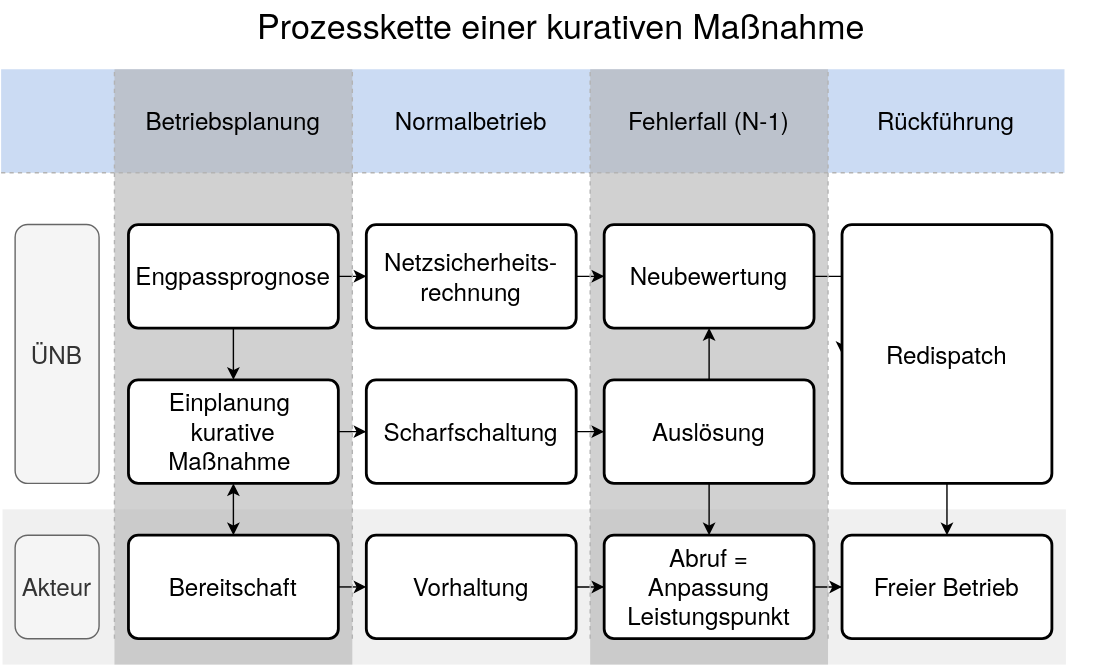
This is figures/chapter_2/curative_process.svg from nikolaus0812/Masterarbeit-Ausgestaltung-eines-Marktmechanismus-fuer-kurative-Systemfuehrung-zur-Engpassbehebung, a draw.io export, as it was before one commit. Source tidied: cells renumbered, new cells last; positions are measured from the earlier drawing's top-left corner, leaving out a move shared by most shapes.
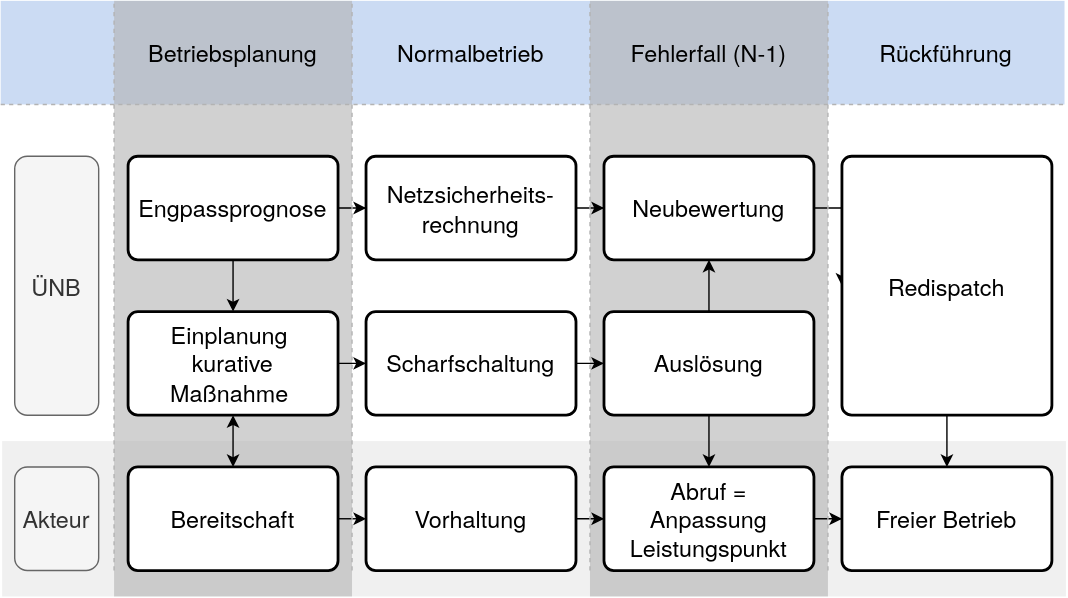
The same diagram one commit later.

The edit, as a diff of the source:
```diff
@@ -2,16 +2,16 @@
   <root>
     <mxCell id="0" />
     <mxCell id="1" parent="0" />
-    <mxCell id="2" style="rounded=0;whiteSpace=wrap;html=1;opacity=60;gradientColor=none;fillColor=light-dark(#E6E6E6,#EDEDED);strokeColor=none;fontSize=17.3;fontFamily=TeX Gyre Heros;" parent="1" vertex="1">
+    <mxCell id="2" style="rounded=0;whiteSpace=wrap;html=1;opacity=60;gradientColor=none;fillColor=light-dark(#E6E6E6,#EDEDED);strokeColor=none;fontSize=16.7;fontFamily=TeX Gyre Heros;" parent="1" vertex="1">
       <mxGeometry x="1" y="363.5" width="760" height="111" as="geometry" />
     </mxCell>
-    <mxCell id="3" style="rounded=0;whiteSpace=wrap;html=1;opacity=60;gradientColor=none;fillColor=light-dark(#A9C4EB,#EDEDED);strokeColor=none;fontSize=17.3;fontFamily=TeX Gyre Heros;" parent="1" vertex="1">
+    <mxCell id="3" style="rounded=0;whiteSpace=wrap;html=1;opacity=60;gradientColor=none;fillColor=light-dark(#A9C4EB,#EDEDED);strokeColor=none;fontSize=16.7;fontFamily=TeX Gyre Heros;" parent="1" vertex="1">
       <mxGeometry y="49" width="760" height="74" as="geometry" />
     </mxCell>
-    <mxCell id="4" style="rounded=0;whiteSpace=wrap;html=1;opacity=60;gradientColor=none;fillColor=light-dark(#B3B3B3,#EDEDED);strokeColor=none;fontSize=17.3;fontFamily=TeX Gyre Heros;" parent="1" vertex="1">
+    <mxCell id="4" style="rounded=0;whiteSpace=wrap;html=1;opacity=60;gradientColor=none;fillColor=light-dark(#B3B3B3,#EDEDED);strokeColor=none;fontSize=16.7;fontFamily=TeX Gyre Heros;" parent="1" vertex="1">
       <mxGeometry x="421" y="49" width="170" height="425.5" as="geometry" />
     </mxCell>
-    <mxCell id="5" style="rounded=0;whiteSpace=wrap;html=1;opacity=60;gradientColor=none;fillColor=light-dark(#B3B3B3,#EDEDED);strokeColor=none;fontSize=17.3;fontFamily=TeX Gyre Heros;" parent="1" vertex="1">
+    <mxCell id="5" style="rounded=0;whiteSpace=wrap;html=1;opacity=60;gradientColor=none;fillColor=light-dark(#B3B3B3,#EDEDED);strokeColor=none;fontSize=16.7;fontFamily=TeX Gyre Heros;" parent="1" vertex="1">
       <mxGeometry x="81" y="49" width="170" height="425.5" as="geometry" />
     </mxCell>
     <mxCell id="6" style="edgeStyle=orthogonalEdgeStyle;rounded=0;jettySize=auto;html=1;exitX=0.5;exitY=1;exitDx=0;exitDy=0;entryX=0.5;entryY=0;entryDx=0;entryDy=0;fontFamily=TeX Gyre Heros;" parent="1" edge="1" source="8" target="13">
@@ -20,13 +20,13 @@
     <mxCell id="7" style="edgeStyle=orthogonalEdgeStyle;rounded=0;jettySize=auto;html=1;fontFamily=TeX Gyre Heros;" parent="1" edge="1" source="8" target="20">
       <mxGeometry relative="1" as="geometry" />
     </mxCell>
-    <mxCell id="8" value="Engpassprognose" style="rounded=1;whiteSpace=wrap;html=1;absoluteArcSize=1;arcSize=14;strokeWidth=2;fontSize=17.3;fontFamily=TeX Gyre Heros;" parent="1" vertex="1">
+    <mxCell id="8" value="Engpassprognose" style="rounded=1;whiteSpace=wrap;html=1;absoluteArcSize=1;arcSize=14;strokeWidth=2;fontSize=16.7;fontFamily=TeX Gyre Heros;" parent="1" vertex="1">
       <mxGeometry x="91" y="160" width="150" height="74" as="geometry" />
     </mxCell>
-    <mxCell id="9" value="ÜNB" style="text;html=1;whiteSpace=wrap;strokeColor=#666666;fillColor=#f5f5f5;align=center;verticalAlign=middle;rounded=1;fontSize=17.3;fontStyle=0;fontColor=#333333;fontFamily=TeX Gyre Heros;" parent="1" vertex="1">
+    <mxCell id="9" value="ÜNB" style="text;html=1;whiteSpace=wrap;strokeColor=#666666;fillColor=#f5f5f5;align=center;verticalAlign=middle;rounded=1;fontSize=16.7;fontStyle=0;fontColor=#333333;fontFamily=TeX Gyre Heros;" parent="1" vertex="1">
       <mxGeometry x="10" y="160" width="60" height="185" as="geometry" />
     </mxCell>
-    <mxCell id="10" value="Akteur" style="text;html=1;whiteSpace=wrap;strokeColor=#666666;fillColor=#f5f5f5;align=center;verticalAlign=middle;rounded=1;fontSize=17.3;fontStyle=0;fontColor=#333333;fontFamily=TeX Gyre Heros;" parent="1" vertex="1">
+    <mxCell id="10" value="Akteur" style="text;html=1;whiteSpace=wrap;strokeColor=#666666;fillColor=#f5f5f5;align=center;verticalAlign=middle;rounded=1;fontSize=16.7;fontStyle=0;fontColor=#333333;fontFamily=TeX Gyre Heros;" parent="1" vertex="1">
       <mxGeometry x="10" y="382" width="60" height="74" as="geometry" />
     </mxCell>
     <mxCell id="11" style="edgeStyle=orthogonalEdgeStyle;rounded=0;jettySize=auto;html=1;entryX=0.5;entryY=0;entryDx=0;entryDy=0;startArrow=classic;startFill=1;fontFamily=TeX Gyre Heros;" parent="1" edge="1" target="15">
@@ -37,28 +37,28 @@
     <mxCell id="12" style="edgeStyle=orthogonalEdgeStyle;rounded=0;jettySize=auto;html=1;exitX=1;exitY=0.5;exitDx=0;exitDy=0;fontFamily=TeX Gyre Heros;" parent="1" edge="1" source="13" target="22">
       <mxGeometry relative="1" as="geometry" />
     </mxCell>
-    <mxCell id="13" value="Einplanung&amp;nbsp;&lt;div&gt;kurative Maßnahme&amp;nbsp;&lt;/div&gt;" style="rounded=1;whiteSpace=wrap;html=1;absoluteArcSize=1;arcSize=14;strokeWidth=2;fontSize=17.3;fontFamily=TeX Gyre Heros;" parent="1" vertex="1">
+    <mxCell id="13" value="Einplanung&amp;nbsp;&lt;div&gt;kurative Maßnahme&amp;nbsp;&lt;/div&gt;" style="rounded=1;whiteSpace=wrap;html=1;absoluteArcSize=1;arcSize=14;strokeWidth=2;fontSize=16.7;fontFamily=TeX Gyre Heros;" parent="1" vertex="1">
       <mxGeometry x="91" y="271" width="150" height="74" as="geometry" />
     </mxCell>
     <mxCell id="14" style="edgeStyle=orthogonalEdgeStyle;rounded=0;jettySize=auto;html=1;exitX=1;exitY=0.5;exitDx=0;exitDy=0;entryX=0;entryY=0.5;entryDx=0;entryDy=0;fontFamily=TeX Gyre Heros;" parent="1" edge="1" source="15" target="24">
       <mxGeometry relative="1" as="geometry" />
     </mxCell>
-    <mxCell id="15" value="Bereitschaft" style="rounded=1;whiteSpace=wrap;html=1;absoluteArcSize=1;arcSize=14;strokeWidth=2;fontSize=17.3;fontFamily=TeX Gyre Heros;" parent="1" vertex="1">
+    <mxCell id="15" value="Bereitschaft" style="rounded=1;whiteSpace=wrap;html=1;absoluteArcSize=1;arcSize=14;strokeWidth=2;fontSize=16.7;fontFamily=TeX Gyre Heros;" parent="1" vertex="1">
       <mxGeometry x="91" y="382" width="150" height="74" as="geometry" />
     </mxCell>
-    <mxCell id="16" style="endArrow=none;html=1;rounded=1;dashed=1;curved=0;strokeColor=#B3B3B3;fontSize=17.3;fontFamily=TeX Gyre Heros;" parent="1" edge="1">
+    <mxCell id="16" style="endArrow=none;html=1;rounded=1;dashed=1;curved=0;strokeColor=#B3B3B3;fontSize=16.7;fontFamily=TeX Gyre Heros;" parent="1" edge="1">
       <mxGeometry relative="1" as="geometry">
         <mxPoint x="81" y="456" as="sourcePoint" />
         <mxPoint x="81" y="49" as="targetPoint" />
       </mxGeometry>
     </mxCell>
-    <mxCell id="17" style="endArrow=none;html=1;rounded=1;dashed=1;curved=0;strokeColor=#B3B3B3;fontSize=17.3;fontFamily=TeX Gyre Heros;" parent="1" edge="1">
+    <mxCell id="17" style="endArrow=none;html=1;rounded=1;dashed=1;curved=0;strokeColor=#B3B3B3;fontSize=16.7;fontFamily=TeX Gyre Heros;" parent="1" edge="1">
       <mxGeometry relative="1" as="geometry">
         <mxPoint x="251" y="456" as="sourcePoint" />
         <mxPoint x="251" y="49" as="targetPoint" />
       </mxGeometry>
     </mxCell>
-    <mxCell id="18" style="endArrow=none;html=1;rounded=1;dashed=1;curved=0;strokeColor=#B3B3B3;fontSize=17.3;fontFamily=TeX Gyre Heros;" parent="1" edge="1">
+    <mxCell id="18" style="endArrow=none;html=1;rounded=1;dashed=1;curved=0;strokeColor=#B3B3B3;fontSize=16.7;fontFamily=TeX Gyre Heros;" parent="1" edge="1">
       <mxGeometry relative="1" as="geometry">
         <mxPoint y="123" as="sourcePoint" />
         <mxPoint x="760" y="123" as="targetPoint" />
@@ -67,22 +67,22 @@
     <mxCell id="19" style="edgeStyle=orthogonalEdgeStyle;rounded=0;jettySize=auto;html=1;fontFamily=TeX Gyre Heros;" parent="1" edge="1" source="20" target="27">
       <mxGeometry relative="1" as="geometry" />
     </mxCell>
-    <mxCell id="20" value="Netzsicherheits-&#10;rechnung" style="rounded=1;whiteSpace=wrap;html=1;absoluteArcSize=1;arcSize=14;strokeWidth=2;fontSize=17.3;fontFamily=TeX Gyre Heros;" parent="1" vertex="1">
+    <mxCell id="20" value="Netzsicherheits-&#10;rechnung" style="rounded=1;whiteSpace=wrap;html=1;absoluteArcSize=1;arcSize=14;strokeWidth=2;fontSize=16.7;fontFamily=TeX Gyre Heros;" parent="1" vertex="1">
       <mxGeometry x="261" y="160" width="150" height="74" as="geometry" />
     </mxCell>
     <mxCell id="21" style="edgeStyle=orthogonalEdgeStyle;rounded=0;jettySize=auto;html=1;fontFamily=TeX Gyre Heros;" parent="1" edge="1" source="22" target="30">
       <mxGeometry relative="1" as="geometry" />
     </mxCell>
-    <mxCell id="22" value="Scharfschaltung" style="rounded=1;whiteSpace=wrap;html=1;absoluteArcSize=1;arcSize=14;strokeWidth=2;fontSize=17.3;fontFamily=TeX Gyre Heros;" parent="1" vertex="1">
+    <mxCell id="22" value="Scharfschaltung" style="rounded=1;whiteSpace=wrap;html=1;absoluteArcSize=1;arcSize=14;strokeWidth=2;fontSize=16.7;fontFamily=TeX Gyre Heros;" parent="1" vertex="1">
       <mxGeometry x="261" y="271" width="150" height="74" as="geometry" />
     </mxCell>
     <mxCell id="23" style="edgeStyle=orthogonalEdgeStyle;rounded=0;jettySize=auto;html=1;exitX=1;exitY=0.5;exitDx=0;exitDy=0;fontFamily=TeX Gyre Heros;" parent="1" edge="1" source="24" target="32">
       <mxGeometry relative="1" as="geometry" />
     </mxCell>
-    <mxCell id="24" value="Vorhaltung" style="rounded=1;whiteSpace=wrap;html=1;absoluteArcSize=1;arcSize=14;strokeWidth=2;fontSize=17.3;fontFamily=TeX Gyre Heros;" parent="1" vertex="1">
+    <mxCell id="24" value="Vorhaltung" style="rounded=1;whiteSpace=wrap;html=1;absoluteArcSize=1;arcSize=14;strokeWidth=2;fontSize=16.7;fontFamily=TeX Gyre Heros;" parent="1" vertex="1">
       <mxGeometry x="261" y="382" width="150" height="74" as="geometry" />
     </mxCell>
-    <mxCell id="25" style="endArrow=none;html=1;rounded=1;dashed=1;curved=0;strokeColor=#B3B3B3;fontSize=17.3;fontFamily=TeX Gyre Heros;" parent="1" edge="1">
+    <mxCell id="25" style="endArrow=none;html=1;rounded=1;dashed=1;curved=0;strokeColor=#B3B3B3;fontSize=16.7;fontFamily=TeX Gyre Heros;" parent="1" edge="1">
       <mxGeometry relative="1" as="geometry">
         <mxPoint x="421" y="456" as="sourcePoint" />
         <mxPoint x="421" y="49" as="targetPoint" />
@@ -91,7 +91,7 @@
     <mxCell id="26" style="edgeStyle=orthogonalEdgeStyle;rounded=0;jettySize=auto;html=1;fontFamily=TeX Gyre Heros;" parent="1" edge="1" source="27" target="35">
       <mxGeometry relative="1" as="geometry" />
     </mxCell>
-    <mxCell id="27" value="Neubewertung" style="rounded=1;whiteSpace=wrap;html=1;absoluteArcSize=1;arcSize=14;strokeWidth=2;fontSize=17.3;fontFamily=TeX Gyre Heros;" parent="1" vertex="1">
+    <mxCell id="27" value="Neubewertung" style="rounded=1;whiteSpace=wrap;html=1;absoluteArcSize=1;arcSize=14;strokeWidth=2;fontSize=16.7;fontFamily=TeX Gyre Heros;" parent="1" vertex="1">
       <mxGeometry x="431" y="160" width="150" height="74" as="geometry" />
     </mxCell>
     <mxCell id="28" style="edgeStyle=orthogonalEdgeStyle;rounded=0;jettySize=auto;html=1;exitX=0.5;exitY=1;exitDx=0;exitDy=0;entryX=0.5;entryY=0;entryDx=0;entryDy=0;fontFamily=TeX Gyre Heros;" parent="1" edge="1" source="30" target="32">
@@ -100,16 +100,16 @@
     <mxCell id="29" style="edgeStyle=orthogonalEdgeStyle;rounded=0;jettySize=auto;html=1;exitX=0.5;exitY=0;exitDx=0;exitDy=0;entryX=0.5;entryY=1;entryDx=0;entryDy=0;fontFamily=TeX Gyre Heros;" parent="1" edge="1" source="30" target="27">
       <mxGeometry relative="1" as="geometry" />
     </mxCell>
-    <mxCell id="30" value="Auslösung" style="rounded=1;whiteSpace=wrap;html=1;absoluteArcSize=1;arcSize=14;strokeWidth=2;fontSize=17.3;fontFamily=TeX Gyre Heros;" parent="1" vertex="1">
+    <mxCell id="30" value="Auslösung" style="rounded=1;whiteSpace=wrap;html=1;absoluteArcSize=1;arcSize=14;strokeWidth=2;fontSize=16.7;fontFamily=TeX Gyre Heros;" parent="1" vertex="1">
       <mxGeometry x="431" y="271" width="150" height="74" as="geometry" />
     </mxCell>
     <mxCell id="31" style="edgeStyle=orthogonalEdgeStyle;rounded=0;jettySize=auto;html=1;fontFamily=TeX Gyre Heros;" parent="1" edge="1" source="32" target="36">
       <mxGeometry relative="1" as="geometry" />
     </mxCell>
-    <mxCell id="32" value="Abruf =&#10;Anpassung&#10;Leistungspunkt" style="rounded=1;whiteSpace=wrap;html=1;absoluteArcSize=1;arcSize=14;strokeWidth=2;fontSize=17.3;fontFamily=TeX Gyre Heros;" parent="1" vertex="1">
+    <mxCell id="32" value="Abruf =&#10;Anpassung&#10;Leistungspunkt" style="rounded=1;whiteSpace=wrap;html=1;absoluteArcSize=1;arcSize=14;strokeWidth=2;fontSize=16.7;fontFamily=TeX Gyre Heros;" parent="1" vertex="1">
       <mxGeometry x="431" y="382" width="150" height="74" as="geometry" />
     </mxCell>
-    <mxCell id="33" style="endArrow=none;html=1;rounded=1;dashed=1;curved=0;strokeColor=#B3B3B3;fontSize=17.3;fontFamily=TeX Gyre Heros;" parent="1" edge="1">
+    <mxCell id="33" style="endArrow=none;html=1;rounded=1;dashed=1;curved=0;strokeColor=#B3B3B3;fontSize=16.7;fontFamily=TeX Gyre Heros;" parent="1" edge="1">
       <mxGeometry relative="1" as="geometry">
         <mxPoint x="591" y="456" as="sourcePoint" />
         <mxPoint x="591" y="49" as="targetPoint" />
@@ -118,26 +118,23 @@
     <mxCell id="34" style="edgeStyle=orthogonalEdgeStyle;rounded=0;jettySize=auto;html=1;fontFamily=TeX Gyre Heros;" parent="1" edge="1" source="35" target="36">
       <mxGeometry relative="1" as="geometry" />
     </mxCell>
-    <mxCell id="35" value="Redispatch" style="rounded=1;whiteSpace=wrap;html=1;absoluteArcSize=1;arcSize=14;strokeWidth=2;fontSize=17.3;fontFamily=TeX Gyre Heros;" parent="1" vertex="1">
+    <mxCell id="35" value="Redispatch" style="rounded=1;whiteSpace=wrap;html=1;absoluteArcSize=1;arcSize=14;strokeWidth=2;fontSize=16.7;fontFamily=TeX Gyre Heros;" parent="1" vertex="1">
       <mxGeometry x="601" y="160" width="150" height="185" as="geometry" />
     </mxCell>
-    <mxCell id="36" value="Freier Betrieb" style="rounded=1;whiteSpace=wrap;html=1;absoluteArcSize=1;arcSize=14;strokeWidth=2;fontSize=17.3;fontFamily=TeX Gyre Heros;" parent="1" vertex="1">
+    <mxCell id="36" value="Freier Betrieb" style="rounded=1;whiteSpace=wrap;html=1;absoluteArcSize=1;arcSize=14;strokeWidth=2;fontSize=16.7;fontFamily=TeX Gyre Heros;" parent="1" vertex="1">
       <mxGeometry x="601" y="382" width="150" height="74" as="geometry" />
     </mxCell>
-    <mxCell id="37" value="Betriebsplanung" style="text;html=1;whiteSpace=wrap;strokeColor=none;fillColor=none;align=center;verticalAlign=middle;rounded=0;fontSize=17.3;fontFamily=TeX Gyre Heros;" parent="1" vertex="1">
+    <mxCell id="37" value="Betriebsplanung" style="text;html=1;whiteSpace=wrap;strokeColor=none;fillColor=none;align=center;verticalAlign=middle;rounded=0;fontSize=16.7;fontFamily=TeX Gyre Heros;" parent="1" vertex="1">
       <mxGeometry x="81" y="49" width="170" height="74" as="geometry" />
     </mxCell>
-    <mxCell id="38" value="Normalbetrieb" style="text;html=1;whiteSpace=wrap;strokeColor=none;fillColor=none;align=center;verticalAlign=middle;rounded=0;fontSize=17.3;fontFamily=TeX Gyre Heros;" parent="1" vertex="1">
+    <mxCell id="38" value="Normalbetrieb" style="text;html=1;whiteSpace=wrap;strokeColor=none;fillColor=none;align=center;verticalAlign=middle;rounded=0;fontSize=16.7;fontFamily=TeX Gyre Heros;" parent="1" vertex="1">
       <mxGeometry x="251" y="49" width="170" height="74" as="geometry" />
     </mxCell>
-    <mxCell id="39" value="Fehlerfall (N-1)" style="text;html=1;whiteSpace=wrap;strokeColor=none;fillColor=none;align=center;verticalAlign=middle;rounded=0;fontSize=17.3;fontFamily=TeX Gyre Heros;" parent="1" vertex="1">
+    <mxCell id="39" value="Fehlerfall (N-1)" style="text;html=1;whiteSpace=wrap;strokeColor=none;fillColor=none;align=center;verticalAlign=middle;rounded=0;fontSize=16.7;fontFamily=TeX Gyre Heros;" parent="1" vertex="1">
       <mxGeometry x="421" y="49" width="170" height="74" as="geometry" />
     </mxCell>
-    <mxCell id="40" value="Rückführung" style="text;html=1;whiteSpace=wrap;strokeColor=none;fillColor=none;align=center;verticalAlign=middle;rounded=0;fontSize=17.3;fontFamily=TeX Gyre Heros;" parent="1" vertex="1">
+    <mxCell id="40" value="Rückführung" style="text;html=1;whiteSpace=wrap;strokeColor=none;fillColor=none;align=center;verticalAlign=middle;rounded=0;fontSize=16.7;fontFamily=TeX Gyre Heros;" parent="1" vertex="1">
       <mxGeometry x="590" y="49" width="171" height="74" as="geometry" />
     </mxCell>
-    <mxCell id="41" value="Prozesskette einer kurativen Maßnahme" style="text;html=1;align=center;verticalAlign=middle;fontFamily=TeX Gyre Heros;fontSize=24.3;fontStyle=0;" parent="1" vertex="1">
-      <mxGeometry x="10" width="780" height="34" as="geometry" />
-    </mxCell>
   </root>
 </mxGraphModel>
```
